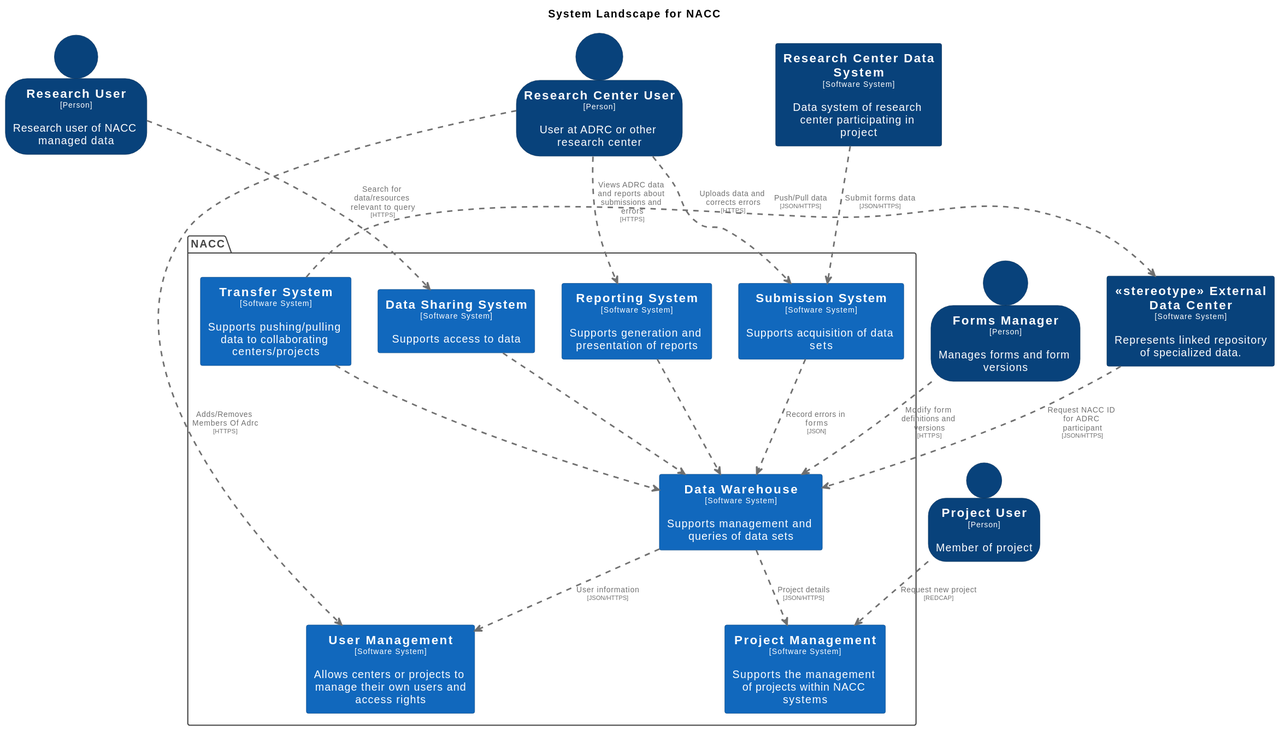
Earlier version of the PlantUML export docs/images/structurizr-GeneralizedSystemLandscape.svg (naccdata/system-design).
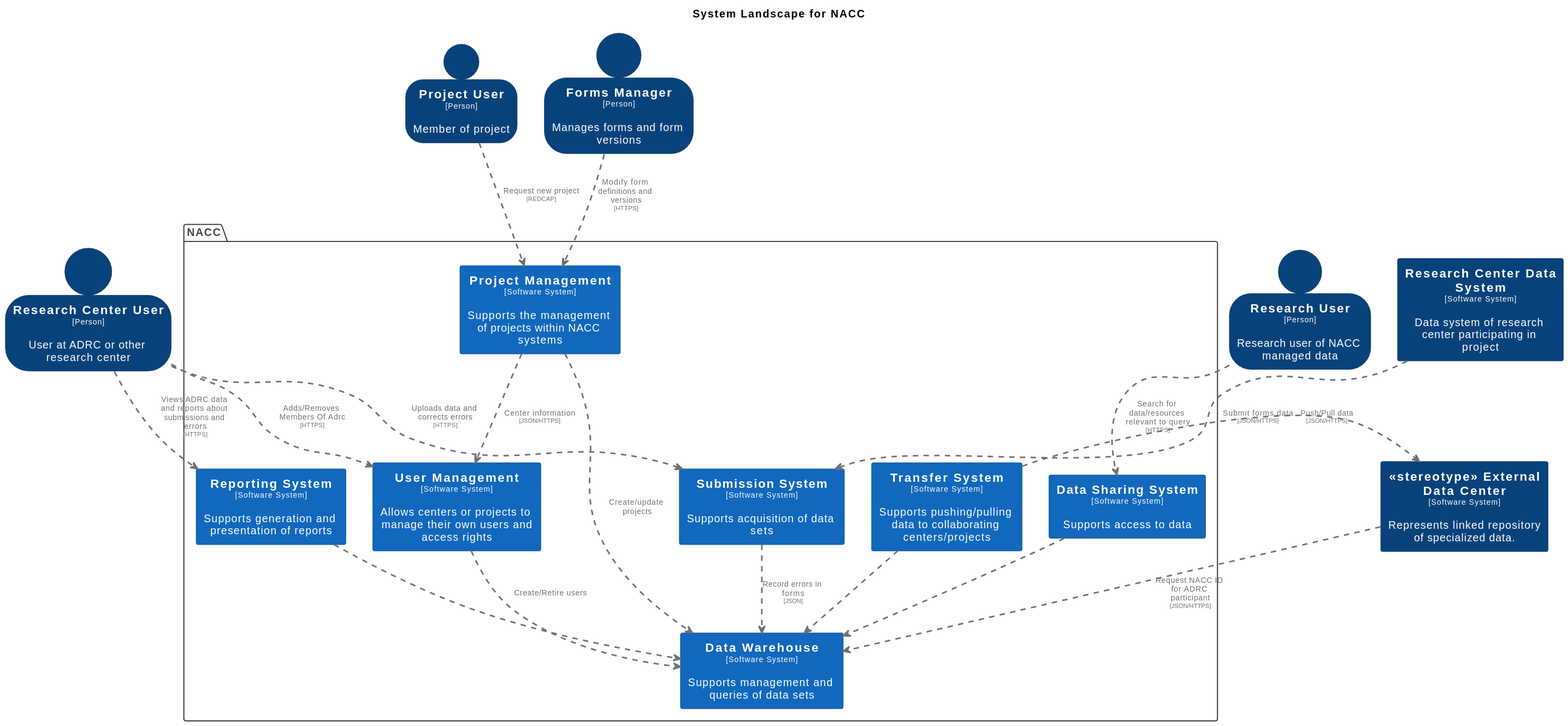
After the commit.

Diff of the diagram source:
```diff
@@ -84,12 +84,12 @@
   skinparam PackageFontColor<<enterprise>> #444444
 
   rectangle "==Data Warehouse\n<size:10>[Software System]</size>\n\nSupports management and queries of data sets" <<DataWarehouse>> as DataWarehouse
-  rectangle "==User Management\n<size:10>[Software System]</size>\n\nAllows centers or projects to manage their own users and access rights" <<UserManagement>> as UserManagement
   rectangle "==Submission System\n<size:10>[Software System]</size>\n\nSupports acquisition of data sets" <<SubmissionSystem>> as SubmissionSystem
-  rectangle "==Project Management\n<size:10>[Software System]</size>\n\nSupports the management of projects within NACC systems" <<ProjectManagement>> as ProjectManagement
   rectangle "==Transfer System\n<size:10>[Software System]</size>\n\nSupports pushing/pulling data to collaborating centers/projects" <<TransferSystem>> as TransferSystem
   rectangle "==Reporting System\n<size:10>[Software System]</size>\n\nSupports generation and presentation of reports" <<ReportingSystem>> as ReportingSystem
   rectangle "==Data Sharing System\n<size:10>[Software System]</size>\n\nSupports access to data" <<DataSharingSystem>> as DataSharingSystem
+  rectangle "==User Management\n<size:10>[Software System]</size>\n\nAllows centers or projects to manage their own users and access rights" <<UserManagement>> as UserManagement
+  rectangle "==Project Management\n<size:10>[Software System]</size>\n\nSupports the management of projects within NACC systems" <<ProjectManagement>> as ProjectManagement
 }
 
 person "==Research Center User\n<size:10>[Person]</size>\n\nUser at ADRC or other research center" <<ResearchCenterUser>> as ResearchCenterUser
@@ -99,19 +99,20 @@
 rectangle "==<<stereotype>> External Data Center\n<size:10>[Software System]</size>\n\nRepresents linked repository of specialized data." <<stereotypeExternalDataCenter>> as stereotypeExternalDataCenter
 rectangle "==Research Center Data System\n<size:10>[Software System]</size>\n\nData system of research center participating in project" <<ResearchCenterDataSystem>> as ResearchCenterDataSystem
 
-DataSharingSystem .[#707070,thickness=2].> DataWarehouse : "<color:#707070>"
+ProjectManagement .[#707070,thickness=2].> UserManagement : "<color:#707070>Center information\n<color:#707070><size:8>[JSON/HTTPS]</size>"
+ProjectManagement .[#707070,thickness=2].> DataWarehouse : "<color:#707070>Create/update projects"
 ResearchCenterUser .[#707070,thickness=2].> UserManagement : "<color:#707070>Adds/Removes Members Of Adrc\n<color:#707070><size:8>[HTTPS]</size>"
 ResearchCenterUser .[#707070,thickness=2].> ReportingSystem : "<color:#707070>Views ADRC data and reports about submissions and errors\n<color:#707070><size:8>[HTTPS]</size>"
 ResearchCenterUser .[#707070,thickness=2].> SubmissionSystem : "<color:#707070>Uploads data and corrects errors\n<color:#707070><size:8>[HTTPS]</size>"
 ProjectUser .[#707070,thickness=2].> ProjectManagement : "<color:#707070>Request new project\n<color:#707070><size:8>[REDCAP]</size>"
-FormsManager .[#707070,thickness=2].> DataWarehouse : "<color:#707070>Modify form definitions and versions\n<color:#707070><size:8>[HTTPS]</size>"
+FormsManager .[#707070,thickness=2].> ProjectManagement : "<color:#707070>Modify form definitions and versions\n<color:#707070><size:8>[HTTPS]</size>"
 ResearchUser .[#707070,thickness=2].> DataSharingSystem : "<color:#707070>Search for data/resources relevant to query\n<color:#707070><size:8>[HTTPS]</size>"
 stereotypeExternalDataCenter .[#707070,thickness=2].> DataWarehouse : "<color:#707070>Request NACC ID for ADRC participant\n<color:#707070><size:8>[JSON/HTTPS]</size>"
 TransferSystem .[#707070,thickness=2].> stereotypeExternalDataCenter : "<color:#707070>Push/Pull data\n<color:#707070><size:8>[JSON/HTTPS]</size>"
-DataWarehouse .[#707070,thickness=2].> UserManagement : "<color:#707070>User information\n<color:#707070><size:8>[JSON/HTTPS]</size>"
 ResearchCenterDataSystem .[#707070,thickness=2].> SubmissionSystem : "<color:#707070>Submit forms data\n<color:#707070><size:8>[JSON/HTTPS]</size>"
-DataWarehouse .[#707070,thickness=2].> ProjectManagement : "<color:#707070>Project details\n<color:#707070><size:8>[JSON/HTTPS]</size>"
 SubmissionSystem .[#707070,thickness=2].> DataWarehouse : "<color:#707070>Record errors in forms\n<color:#707070><size:8>[JSON]</size>"
 TransferSystem .[#707070,thickness=2].> DataWarehouse : "<color:#707070>"
 ReportingSystem .[#707070,thickness=2].> DataWarehouse : "<color:#707070>"
+DataSharingSystem .[#707070,thickness=2].> DataWarehouse : "<color:#707070>"
+UserManagement .[#707070,thickness=2].> DataWarehouse : "<color:#707070>Create/Retire users"
 @enduml
```
